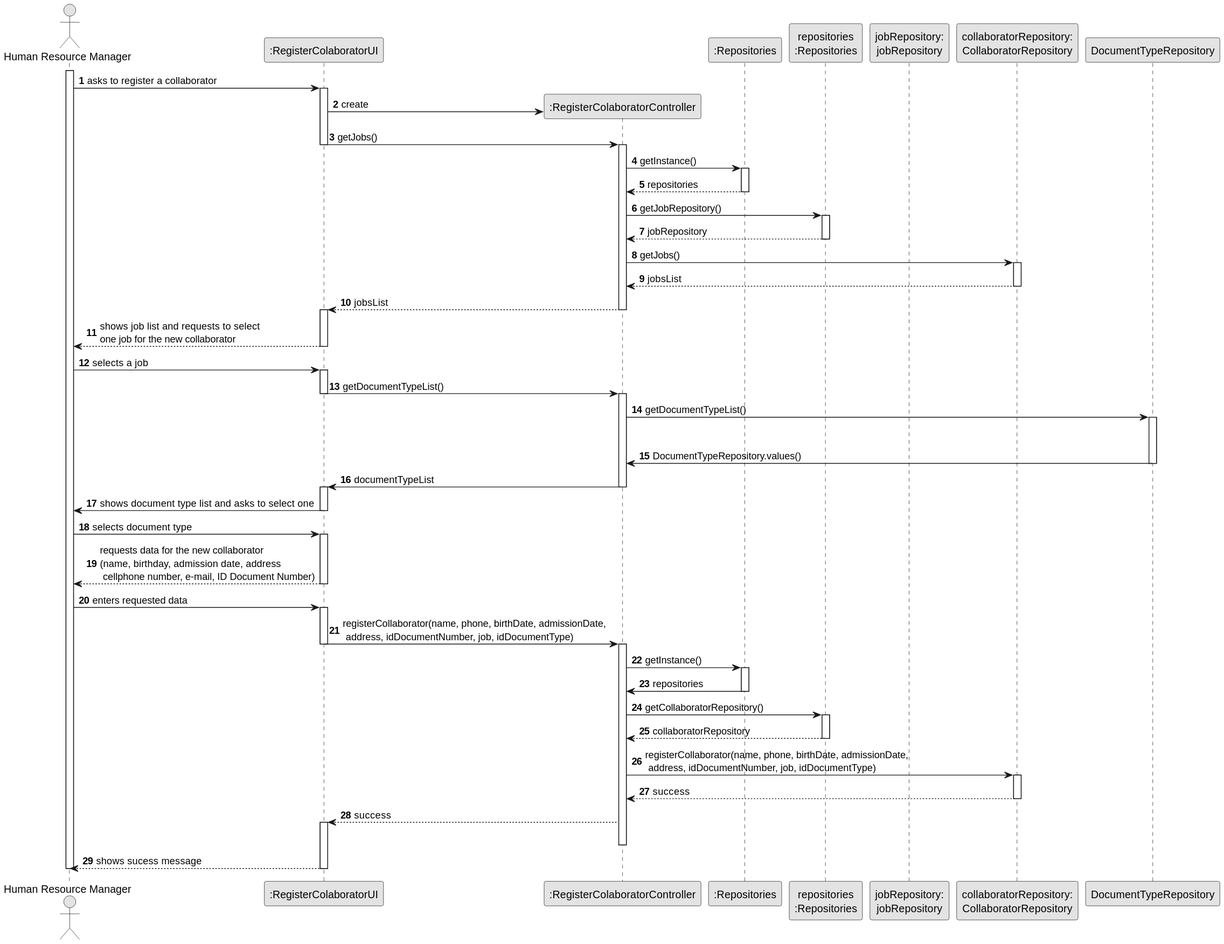
Before: docs/sprintB/us003/03.design/svg/us003-sequence-diagram.svg, a diagram exported from PlantUML (Departamento-de-Engenharia-Informatica/lei-24-s2-1do-g164). The source it was exported from:
```plantuml
@startuml
skinparam monochrome true
skinparam packageStyle rectangle
    skinparam shadowing false

    autonumber

    actor "Human Resource Manager" as HRM
    participant ":RegisterColaboratorUI" as UI
    participant ":RegisterColaboratorController" as CTRL
    participant ":Repositories" as RepositorySingleton
    participant "repositories\n:Repositories" as PLAT
    participant "jobRepository:\njobRepository" as SkillRepository
    participant "collaboratorRepository:\nCollaboratorRepository" as collaboratorRepository
    participant "DocumentTypeRepository" as DocumentTypeRepository
    activate HRM

            HRM -> UI : asks to register a collaborator
            activate UI


                UI -> CTRL** : create

                UI -> CTRL : getJobs()
                deactivate UI
                activate CTRL

                    CTRL -> RepositorySingleton : getInstance()
                    activate RepositorySingleton

                        RepositorySingleton --> CTRL: repositories
                    deactivate RepositorySingleton

                    CTRL -> PLAT : getJobRepository()
                    activate PLAT

                        PLAT --> CTRL: jobRepository
                    deactivate PLAT

                    CTRL -> collaboratorRepository : getJobs()
                    activate collaboratorRepository

                        collaboratorRepository--> CTRL : jobsList
                    deactivate collaboratorRepository

                    CTRL --> UI : jobsList
                    deactivate RepositorySingleton
                    activate UI
                deactivate CTRL

                UI --> HRM : shows job list and requests to select \none job for the new collaborator
            deactivate UI

        HRM -> UI : selects a job
        activate UI
        UI -> CTRL : getDocumentTypeList()
                deactivate UI
                activate CTRL
                CTRL -> DocumentTypeRepository : getDocumentTypeList()

                activate "DocumentTypeRepository"
                deactivate UI
                DocumentTypeRepository -> CTRL : DocumentTypeRepository.values()
                deactivate DocumentTypeRepository
                        CTRL -> UI : documentTypeList

                deactivate CTRL
                activate UI

                UI -> HRM : shows document type list and asks to select one
                deactivate UI
                HRM -> UI : selects document type
                activate UI
        HRM <-- UI : requests data for the new collaborator \n(name, birthday, admission date, address\n cellphone number, e-mail, ID Document Number)
        deactivate UI
        HRM -> UI : enters requested data
        activate UI


           UI -> CTRL : registerCollaborator(name, phone, birthDate, admissionDate,\n address, idDocumentNumber, job, idDocumentType)
               deactivate UI
               activate CTRL
                 CTRL -> RepositorySingleton : getInstance()
                 activate RepositorySingleton
                   RepositorySingleton -> CTRL : repositories
                 deactivate RepositorySingleton

                 CTRL -> PLAT : getCollaboratorRepository()
                 activate PLAT
                   PLAT --> CTRL : collaboratorRepository
                 deactivate PLAT

                 CTRL -> collaboratorRepository : registerCollaborator(name, phone, birthDate, admissionDate,\n address, idDocumentNumber, job, idDocumentType)
                 activate collaboratorRepository


                   collaboratorRepository --> CTRL : success
                 deactivate collaboratorRepository
                 CTRL --> UI : success
                 activate UI
               deactivate CTRL

              UI --> HRM : shows sucess message
                          deactivate UI


    deactivate HRM
@enduml
```
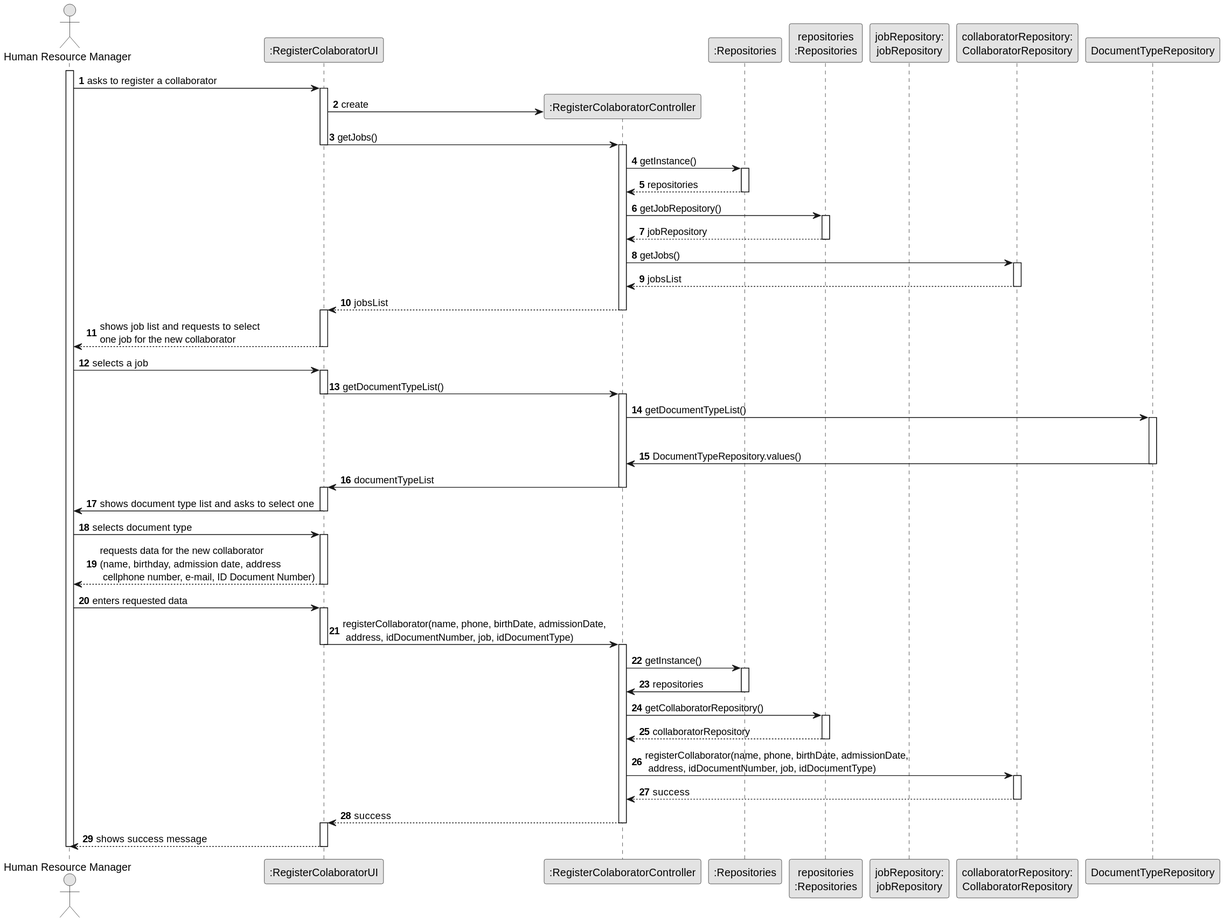
Later version of the same file.

Change to the diagram source:
```diff
@@ -95,12 +95,15 @@
 
 
                    collaboratorRepository --> CTRL : success
+
+
                  deactivate collaboratorRepository
                  CTRL --> UI : success
+                    deactivate CTRL
                  activate UI
                deactivate CTRL
 
-              UI --> HRM : shows sucess message
+              UI --> HRM : shows success message
                           deactivate UI
 
 
```
